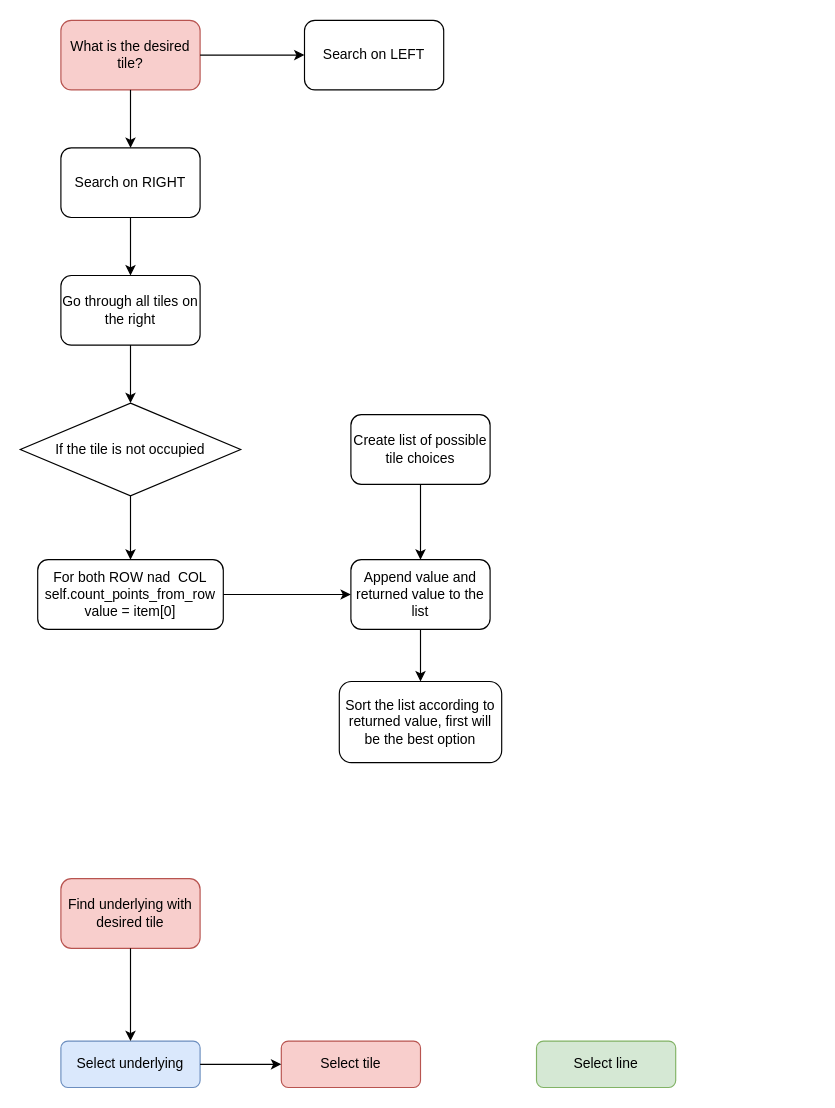
Earlier version of the draw.io diagram Diagram bez názvu.drawio (hejdyson/azul). Source tidied: cells renumbered, new cells numbered last; positions are measured from the earlier drawing's top-left corner, leaving out a move shared by most shapes. Both pictures are drawn from the tidied source at 116%, with x=0, y=0 at pixel (20, 20).
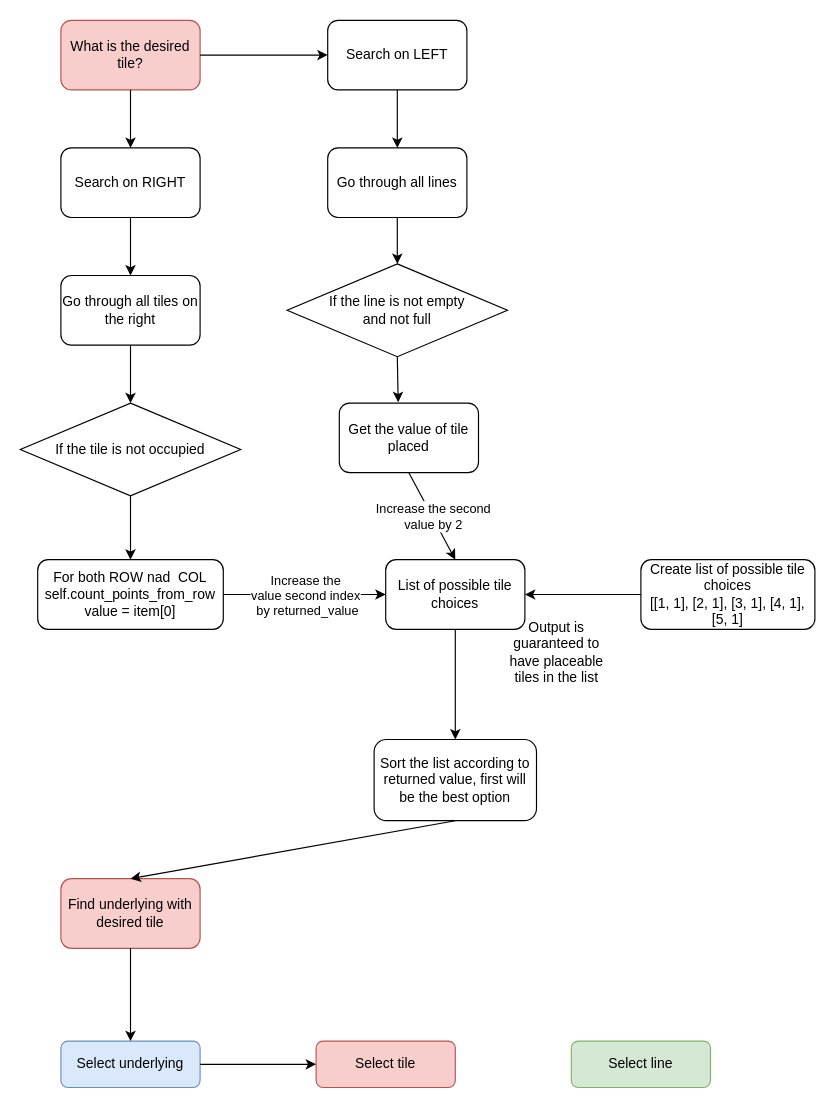
The same diagram, later.

Commit message:
tile and underlying selection

The change refers to these unchanged cells:
```xml
<mxCell id="5" value="Find underlying with desired tile" style="rounded=1;whiteSpace=wrap;html=1;fillColor=#f8cecc;strokeColor=#b85450;" parent="1" vertex="1">
  <mxGeometry x="35" y="740" width="120" height="60" as="geometry" />
</mxCell>
<mxCell id="12" value="For both ROW nad&amp;nbsp; COL&lt;br&gt;self.count_points_from_row&lt;br&gt;value = item[0]" style="rounded=1;whiteSpace=wrap;html=1;" parent="1" vertex="1">
  <mxGeometry x="15" y="465" width="160" height="60" as="geometry" />
</mxCell>
```

The edit, as a diff of the source:
```diff
@@
     <mxCell id="3" value="Select tile" style="rounded=1;whiteSpace=wrap;html=1;fontSize=12;glass=0;strokeWidth=1;shadow=0;fillColor=#f8cecc;strokeColor=#b85450;" parent="1" vertex="1">
-      <mxGeometry x="225" y="880" width="120" height="40" as="geometry" />
+      <mxGeometry x="255" y="880" width="120" height="40" as="geometry" />
     </mxCell>
     <mxCell id="4" value="Select line" style="rounded=1;whiteSpace=wrap;html=1;fontSize=12;glass=0;strokeWidth=1;shadow=0;fillColor=#d5e8d4;strokeColor=#82b366;" parent="1" vertex="1">
-      <mxGeometry x="445" y="880" width="120" height="40" as="geometry" />
+      <mxGeometry x="475" y="880" width="120" height="40" as="geometry" />
     </mxCell>
@@
-    <mxCell id="13" value="Create list of possible tile choices" style="rounded=1;whiteSpace=wrap;html=1;" parent="1" vertex="1">
-      <mxGeometry x="285" y="340" width="120" height="60" as="geometry" />
+    <mxCell id="13" value="Create list of possible tile choices&lt;br&gt;[[1, 1], [2, 1], [3, 1], [4, 1], [5, 1]" style="rounded=1;whiteSpace=wrap;html=1;" parent="1" vertex="1">
+      <mxGeometry x="535" y="465" width="150" height="60" as="geometry" />
     </mxCell>
-    <mxCell id="14" value="Append value and returned value to the list" style="rounded=1;whiteSpace=wrap;html=1;" parent="1" vertex="1">
-      <mxGeometry x="285" y="465" width="120" height="60" as="geometry" />
+    <mxCell id="14" value="List of possible tile choices" style="rounded=1;whiteSpace=wrap;html=1;" parent="1" vertex="1">
+      <mxGeometry x="315" y="465" width="120" height="60" as="geometry" />
     </mxCell>
-    <mxCell id="15" style="endArrow=classic;html=1;rounded=0;exitX=0.5;exitY=1;exitDx=0;exitDy=0;entryX=0.5;entryY=0;entryDx=0;entryDy=0;" parent="1" edge="1" source="13" target="14">
+    <mxCell id="15" style="endArrow=classic;html=1;rounded=0;exitX=0;exitY=0.5;exitDx=0;exitDy=0;entryX=1;entryY=0.5;entryDx=0;entryDy=0;" parent="1" edge="1" source="13" target="14">
       <mxGeometry relative="1" as="geometry" />
     </mxCell>
-    <mxCell id="16" style="endArrow=classic;html=1;rounded=0;exitX=1;exitY=0.5;exitDx=0;exitDy=0;entryX=0;entryY=0.5;entryDx=0;entryDy=0;" parent="1" edge="1" source="12" target="14">
-      <mxGeometry relative="1" as="geometry" />
-    </mxCell>
@@
     <mxCell id="21" value="Sort the list according to returned value, first will be the best option" style="rounded=1;whiteSpace=wrap;html=1;" parent="1" vertex="1">
-      <mxGeometry x="275" y="570" width="140" height="70" as="geometry" />
+      <mxGeometry x="305" y="620" width="140" height="70" as="geometry" />
     </mxCell>
@@
     <mxCell id="23" value="Search on LEFT" style="rounded=1;whiteSpace=wrap;html=1;" parent="1" vertex="1">
-      <mxGeometry x="245" width="120" height="60" as="geometry" />
+      <mxGeometry x="265" width="120" height="60" as="geometry" />
     </mxCell>
@@
+    <mxCell id="25" value="Go through all lines" style="rounded=1;whiteSpace=wrap;html=1;" parent="1" vertex="1">
+      <mxGeometry x="265" y="110" width="120" height="60" as="geometry" />
+    </mxCell>
+    <mxCell id="26" value="If the line is not empty &lt;br&gt;and not full" style="rhombus;whiteSpace=wrap;html=1;" parent="1" vertex="1">
+      <mxGeometry x="230" y="210" width="190" height="80" as="geometry" />
+    </mxCell>
+    <mxCell id="27" value="Get the value of tile placed" style="rounded=1;whiteSpace=wrap;html=1;" parent="1" vertex="1">
+      <mxGeometry x="275" y="330" width="120" height="60" as="geometry" />
+    </mxCell>
+    <mxCell id="28" style="endArrow=classic;html=1;rounded=0;exitX=0.5;exitY=1;exitDx=0;exitDy=0;entryX=0.5;entryY=0;entryDx=0;entryDy=0;" parent="1" edge="1" source="23" target="25">
+      <mxGeometry relative="1" as="geometry" />
+    </mxCell>
+    <mxCell id="29" style="endArrow=classic;html=1;rounded=0;entryX=0.5;entryY=0;entryDx=0;entryDy=0;exitX=0.5;exitY=1;exitDx=0;exitDy=0;" parent="1" edge="1" source="25" target="26">
+      <mxGeometry relative="1" as="geometry">
+        <Array as="points">
+          <mxPoint x="325" y="190" />
+        </Array>
+      </mxGeometry>
+    </mxCell>
+    <mxCell id="16" style="endArrow=classic;html=1;rounded=0;entryX=0;entryY=0.5;entryDx=0;entryDy=0;" parent="1" edge="1" source="12" target="14">
+      <mxGeometry relative="1" as="geometry" />
+    </mxCell>
+    <mxCell id="30" value="Increase the &lt;br&gt;value second index&lt;br&gt;&amp;nbsp;by returned_value" style="edgeLabel;html=1;align=center;verticalAlign=middle;" parent="16" vertex="1">
+      <mxGeometry relative="1" as="geometry" />
+    </mxCell>
+    <mxCell id="31" style="endArrow=classic;html=1;rounded=0;exitX=0.5;exitY=1;exitDx=0;exitDy=0;entryX=0.5;entryY=0;entryDx=0;entryDy=0;" parent="1" edge="1" source="27" target="14">
+      <mxGeometry relative="1" as="geometry" />
+    </mxCell>
+    <mxCell id="32" value="Increase the second &lt;br&gt;value by 2" style="edgeLabel;html=1;align=center;verticalAlign=middle;" parent="31" vertex="1">
+      <mxGeometry relative="1" as="geometry" />
+    </mxCell>
+    <mxCell id="33" style="endArrow=classic;html=1;rounded=0;entryX=0.423;entryY=-0.013;entryDx=0;entryDy=0;exitX=0.5;exitY=1;exitDx=0;exitDy=0;entryPerimeter=0;" parent="1" edge="1" source="26" target="27">
+      <mxGeometry relative="1" as="geometry" />
+    </mxCell>
+    <mxCell id="34" value="Output is guaranteed to have placeable tiles in the list" style="text;html=1;strokeColor=none;fillColor=none;align=center;verticalAlign=middle;whiteSpace=wrap;rounded=0;" parent="1" vertex="1">
+      <mxGeometry x="420" y="530" width="85" height="30" as="geometry" />
+    </mxCell>
+    <mxCell id="35" style="endArrow=classic;html=1;rounded=0;exitX=0.5;exitY=1;exitDx=0;exitDy=0;entryX=0.5;entryY=0;entryDx=0;entryDy=0;" parent="1" edge="1" source="21" target="5">
+      <mxGeometry relative="1" as="geometry" />
+    </mxCell>
```
